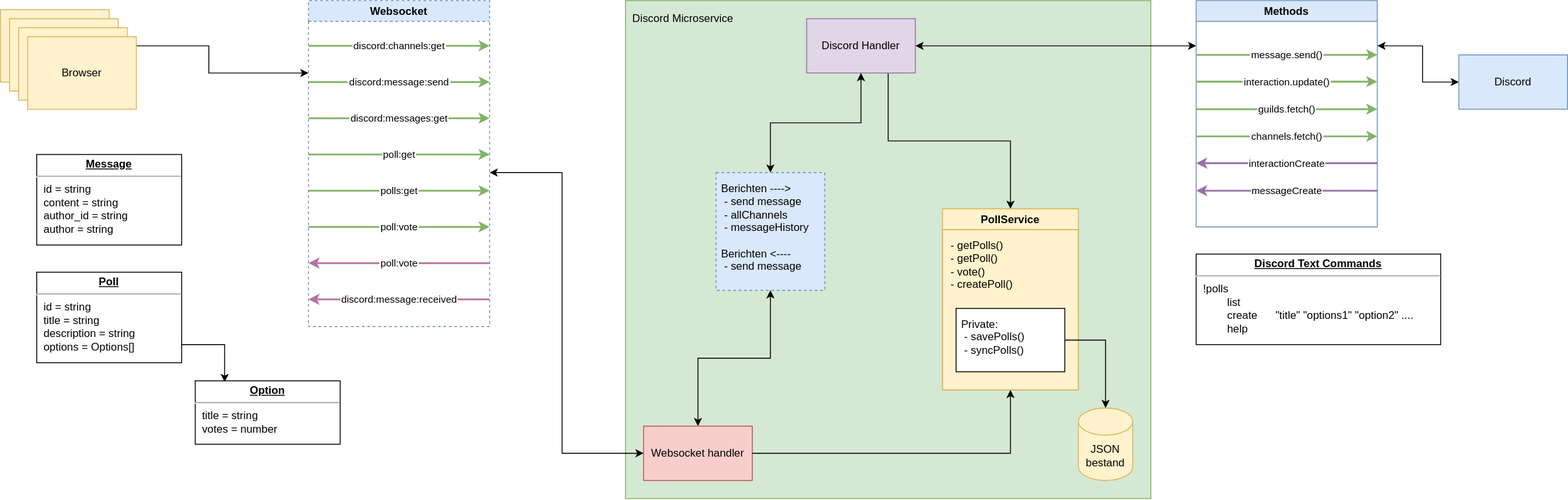
Above: diagram.svg in DutchEllie/real-time-web-2223 (draw.io), before the change. Source tidied: cells renumbered, new cells last; positions are measured from the earlier drawing's top-left corner, leaving out a move shared by most shapes.
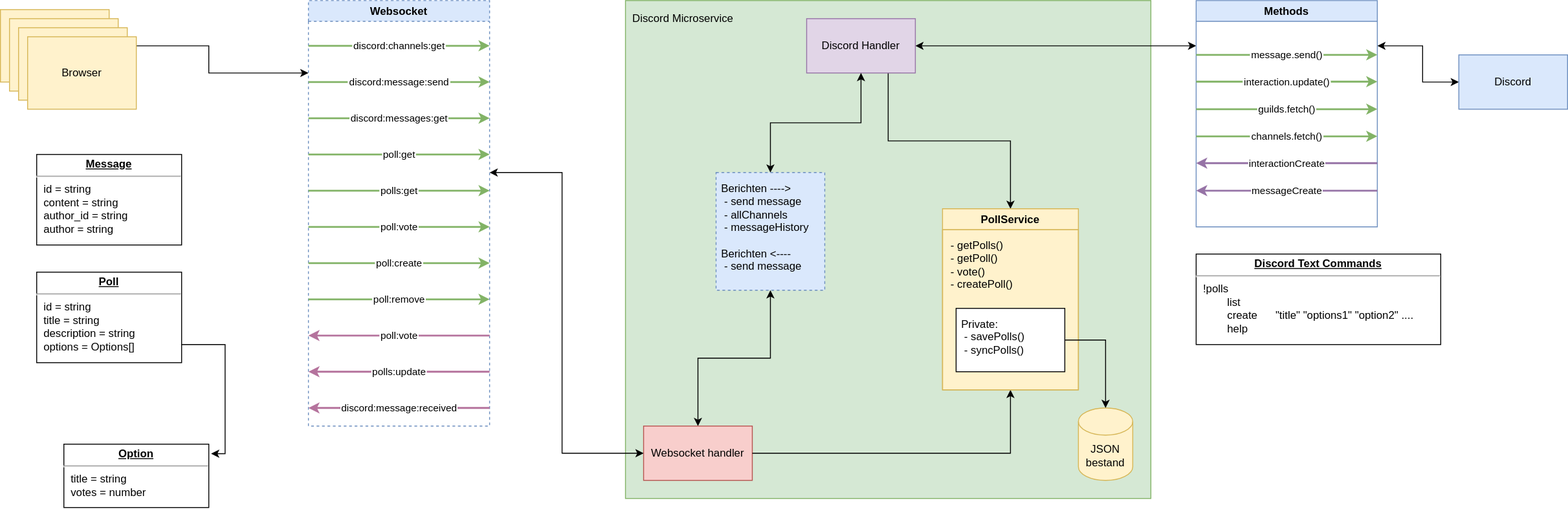
After the commit.

Diff of the diagram source:
```diff
@@ -16,7 +16,7 @@
       <mxGeometry y="10" width="120" height="80" as="geometry" />
     </mxCell>
     <mxCell id="4" value="Websocket" style="swimlane;whiteSpace=wrap;html=1;dashed=1;fillColor=#dae8fc;strokeColor=#6c8ebf;" parent="1" vertex="1">
-      <mxGeometry x="340" width="200" height="360" as="geometry" />
+      <mxGeometry x="340" width="200" height="470" as="geometry" />
     </mxCell>
     <mxCell id="5" value="&lt;div&gt;discord:channels:get&lt;/div&gt;" style="edgeStyle=none;orthogonalLoop=1;jettySize=auto;html=1;rounded=0;fillColor=#d5e8d4;strokeColor=#82b366;strokeWidth=2;labelBorderColor=#FFFFFF;spacing=3;jumpSize=6;" parent="4" edge="1">
       <mxGeometry relative="1" as="geometry">
@@ -56,16 +56,34 @@
     </mxCell>
     <mxCell id="11" value="poll:vote" style="edgeStyle=none;orthogonalLoop=1;jettySize=auto;html=1;rounded=0;fillColor=#d5e8d4;strokeColor=#B5739D;strokeWidth=2;labelBorderColor=#FFFFFF;spacing=3;endArrow=none;endFill=0;startArrow=classic;startFill=1;jumpSize=6;" parent="4" edge="1">
       <mxGeometry relative="1" as="geometry">
-        <mxPoint y="290" as="sourcePoint" />
-        <mxPoint x="200" y="290" as="targetPoint" />
+        <mxPoint y="370" as="sourcePoint" />
+        <mxPoint x="200" y="370" as="targetPoint" />
       </mxGeometry>
     </mxCell>
     <mxCell id="12" value="&lt;div&gt;discord:message:received&lt;/div&gt;" style="edgeStyle=none;orthogonalLoop=1;jettySize=auto;html=1;rounded=0;fillColor=#d5e8d4;strokeColor=#B5739D;strokeWidth=2;labelBorderColor=#FFFFFF;spacing=3;endArrow=none;endFill=0;startArrow=classic;startFill=1;jumpSize=6;" parent="4" edge="1">
       <mxGeometry relative="1" as="geometry">
-        <mxPoint y="330" as="sourcePoint" />
-        <mxPoint x="200" y="330" as="targetPoint" />
+        <mxPoint y="450" as="sourcePoint" />
+        <mxPoint x="200" y="450" as="targetPoint" />
       </mxGeometry>
     </mxCell>
+    <mxCell id="48" value="&lt;div&gt;poll:create&lt;/div&gt;" style="edgeStyle=none;orthogonalLoop=1;jettySize=auto;html=1;rounded=0;fillColor=#d5e8d4;strokeColor=#82b366;strokeWidth=2;labelBorderColor=#FFFFFF;spacing=3;jumpSize=6;" parent="4" edge="1">
+      <mxGeometry relative="1" as="geometry">
+        <mxPoint y="290" as="sourcePoint" />
+        <mxPoint x="200" y="290" as="targetPoint" />
+      </mxGeometry>
+    </mxCell>
+    <mxCell id="49" value="&lt;div&gt;poll:remove&lt;/div&gt;" style="edgeStyle=none;orthogonalLoop=1;jettySize=auto;html=1;rounded=0;fillColor=#d5e8d4;strokeColor=#82b366;strokeWidth=2;labelBorderColor=#FFFFFF;spacing=3;jumpSize=6;" parent="4" edge="1">
+      <mxGeometry relative="1" as="geometry">
+        <mxPoint y="330" as="sourcePoint" />
+        <mxPoint x="200" y="330" as="targetPoint" />
+      </mxGeometry>
+    </mxCell>
+    <mxCell id="50" value="&lt;div&gt;polls:update&lt;/div&gt;" style="edgeStyle=none;orthogonalLoop=1;jettySize=auto;html=1;rounded=0;fillColor=#d5e8d4;strokeColor=#B5739D;strokeWidth=2;labelBorderColor=#FFFFFF;spacing=3;endArrow=none;endFill=0;startArrow=classic;startFill=1;jumpSize=6;" parent="4" edge="1">
+      <mxGeometry relative="1" as="geometry">
+        <mxPoint y="410" as="sourcePoint" />
+        <mxPoint x="200" y="410" as="targetPoint" />
+      </mxGeometry>
+    </mxCell>
     <mxCell id="13" value="Discord Microservice" style="whiteSpace=wrap;html=1;fillColor=#d5e8d4;strokeColor=#82b366;align=left;verticalAlign=top;spacingTop=6;spacingLeft=6;" parent="1" vertex="1">
       <mxGeometry x="690" width="580" height="550" as="geometry" />
     </mxCell>
@@ -196,10 +214,11 @@
     <mxCell id="43" value="&lt;p style=&quot;margin:0px;margin-top:4px;text-align:center;text-decoration:underline;&quot;&gt;&lt;b&gt;Message&lt;/b&gt;&lt;br&gt;&lt;/p&gt;&lt;hr&gt;&lt;p style=&quot;margin:0px;margin-left:8px;&quot;&gt;id = string&lt;br&gt;content = string&lt;/p&gt;&lt;p style=&quot;margin:0px;margin-left:8px;&quot;&gt;author_id = string&lt;/p&gt;&lt;p style=&quot;margin:0px;margin-left:8px;&quot;&gt;author = string&lt;br&gt;&lt;/p&gt;" style="verticalAlign=top;align=left;overflow=fill;fontSize=12;fontFamily=Helvetica;html=1;whiteSpace=wrap;" parent="1" vertex="1">
       <mxGeometry x="40" y="170" width="160" height="100" as="geometry" />
     </mxCell>
-    <mxCell id="44" style="edgeStyle=orthogonalEdgeStyle;rounded=0;jettySize=auto;html=1;entryX=0.203;entryY=0.019;entryDx=0;entryDy=0;entryPerimeter=0;" parent="1" edge="1" source="45" target="46">
+    <mxCell id="44" style="edgeStyle=orthogonalEdgeStyle;rounded=0;jettySize=auto;html=1;entryX=1.016;entryY=0.15;entryDx=0;entryDy=0;entryPerimeter=0;" parent="1" edge="1" source="45" target="46">
       <mxGeometry relative="1" as="geometry">
         <Array as="points">
           <mxPoint x="248" y="380" />
+          <mxPoint x="248" y="501" />
         </Array>
       </mxGeometry>
     </mxCell>
@@ -207,7 +226,7 @@
       <mxGeometry x="40" y="300" width="160" height="100" as="geometry" />
     </mxCell>
     <mxCell id="46" value="&lt;p style=&quot;margin:0px;margin-top:4px;text-align:center;text-decoration:underline;&quot;&gt;&lt;b&gt;Option&lt;/b&gt;&lt;br&gt;&lt;/p&gt;&lt;hr&gt;&lt;p style=&quot;margin:0px;margin-left:8px;&quot;&gt;title = string&lt;br&gt;votes = number&lt;br&gt;&lt;/p&gt;" style="verticalAlign=top;align=left;overflow=fill;fontSize=12;fontFamily=Helvetica;html=1;whiteSpace=wrap;" parent="1" vertex="1">
-      <mxGeometry x="215" y="420" width="160" height="70" as="geometry" />
+      <mxGeometry x="70" y="490" width="160" height="70" as="geometry" />
     </mxCell>
     <mxCell id="47" value="&lt;p style=&quot;margin:0px;margin-top:4px;text-align:center;text-decoration:underline;&quot;&gt;&lt;b&gt;Discord Text Commands&lt;/b&gt;&lt;br&gt;&lt;/p&gt;&lt;hr&gt;&lt;p style=&quot;margin:0px;margin-left:8px;&quot;&gt;!polls&lt;/p&gt;&lt;p style=&quot;margin:0px;margin-left:8px;&quot;&gt;&lt;span style=&quot;white-space: pre;&quot;&gt;&#9;&lt;/span&gt;list&lt;/p&gt;&lt;p style=&quot;margin:0px;margin-left:8px;&quot;&gt;&lt;span style=&quot;white-space: pre;&quot;&gt;&#9;&lt;/span&gt;create&lt;span style=&quot;white-space: pre;&quot;&gt;&#9;&lt;/span&gt;&quot;title&quot; &quot;options1&quot; &quot;option2&quot; ....&lt;/p&gt;&lt;p style=&quot;margin:0px;margin-left:8px;&quot;&gt;&lt;span style=&quot;white-space: pre;&quot;&gt;&#9;&lt;/span&gt;help&lt;br&gt;&lt;/p&gt;" style="verticalAlign=top;align=left;overflow=fill;fontSize=12;fontFamily=Helvetica;html=1;whiteSpace=wrap;" parent="1" vertex="1">
       <mxGeometry x="1320" y="280" width="270" height="100" as="geometry" />
```
